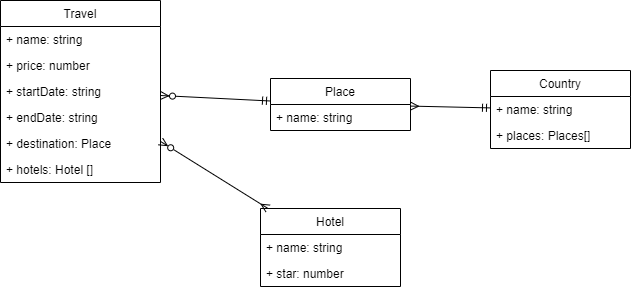
Earlier version of the draw.io export diagram.drawio.png (gastoncba/fast-tour). Source tidied: cells renumbered, new cells last; positions are measured from the earlier drawing's top-left corner, leaving out a move shared by most shapes.
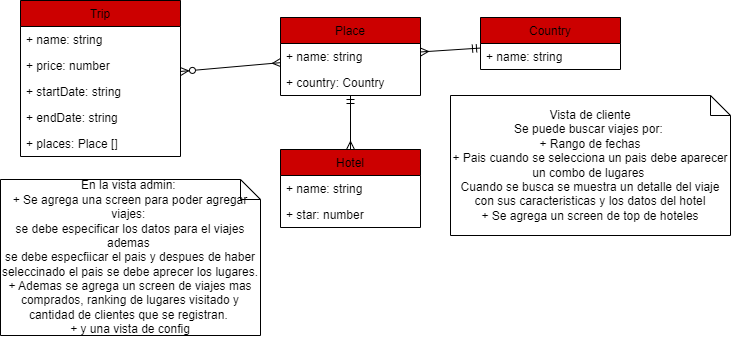
Later version of the same file.

Diff of the diagram source:
```diff
@@ -2,8 +2,8 @@
   <root>
     <mxCell id="0" />
     <mxCell id="1" parent="0" />
-    <mxCell id="2" value="Travel" style="swimlane;fontStyle=0;horizontal=1;startSize=26;fillColor=none;" parent="1" vertex="1">
-      <mxGeometry width="160" height="182" as="geometry" />
+    <mxCell id="2" value="Trip" style="swimlane;fontStyle=0;horizontal=1;startSize=26;fillColor=#CC0000;" parent="1" vertex="1">
+      <mxGeometry y="1" width="160" height="156" as="geometry" />
     </mxCell>
     <mxCell id="3" value="+ name: string" style="text;strokeColor=none;fillColor=none;align=left;verticalAlign=top;spacingLeft=4;spacingRight=4;overflow=hidden;" parent="2" vertex="1">
       <mxGeometry y="26" width="160" height="26" as="geometry" />
@@ -17,20 +17,20 @@
     <mxCell id="6" value="+ endDate: string&#10;" style="text;strokeColor=none;fillColor=none;align=left;verticalAlign=top;spacingLeft=4;spacingRight=4;overflow=hidden;" parent="2" vertex="1">
       <mxGeometry y="104" width="160" height="26" as="geometry" />
     </mxCell>
-    <mxCell id="7" value="+ destination: Place" style="text;strokeColor=none;fillColor=none;align=left;verticalAlign=top;spacingLeft=4;spacingRight=4;overflow=hidden;" parent="2" vertex="1">
+    <mxCell id="7" value="+ places: Place []" style="text;strokeColor=none;fillColor=none;align=left;verticalAlign=top;spacingLeft=4;spacingRight=4;overflow=hidden;" parent="2" vertex="1">
       <mxGeometry y="130" width="160" height="26" as="geometry" />
     </mxCell>
-    <mxCell id="8" value="+ hotels: Hotel []&#10;" style="text;strokeColor=none;fillColor=none;align=left;verticalAlign=top;spacingLeft=4;spacingRight=4;overflow=hidden;" parent="2" vertex="1">
-      <mxGeometry y="156" width="160" height="26" as="geometry" />
-    </mxCell>
-    <mxCell id="9" value="Place" style="swimlane;fontStyle=0;horizontal=1;startSize=26;fillColor=none;" parent="1" vertex="1">
-      <mxGeometry x="270" y="78" width="140" height="52" as="geometry" />
+    <mxCell id="9" value="Place" style="swimlane;fontStyle=0;horizontal=1;startSize=26;fillColor=#CC0000;" parent="1" vertex="1">
+      <mxGeometry x="260" y="18" width="140" height="78" as="geometry" />
     </mxCell>
     <mxCell id="10" value="+ name: string" style="text;strokeColor=none;fillColor=none;align=left;verticalAlign=top;spacingLeft=4;spacingRight=4;overflow=hidden;" parent="9" vertex="1">
       <mxGeometry y="26" width="140" height="26" as="geometry" />
     </mxCell>
+    <mxCell id="20" value="+ country: Country&#10;" style="text;strokeColor=none;fillColor=none;align=left;verticalAlign=top;spacingLeft=4;spacingRight=4;overflow=hidden;" parent="9" vertex="1">
+      <mxGeometry y="52" width="140" height="26" as="geometry" />
+    </mxCell>
-    <mxCell id="11" value="Hotel" style="swimlane;fontStyle=0;horizontal=1;startSize=26;fillColor=none;" parent="1" vertex="1">
-      <mxGeometry x="260" y="208" width="140" height="78" as="geometry" />
+    <mxCell id="11" value="Hotel" style="swimlane;fontStyle=0;horizontal=1;startSize=26;fillColor=#CC0000;" parent="1" vertex="1">
+      <mxGeometry x="260" y="150" width="140" height="78" as="geometry" />
     </mxCell>
     <mxCell id="12" value="+ name: string" style="text;strokeColor=none;fillColor=none;align=left;verticalAlign=top;spacingLeft=4;spacingRight=4;overflow=hidden;" parent="11" vertex="1">
       <mxGeometry y="26" width="140" height="26" as="geometry" />
@@ -38,23 +38,26 @@
     <mxCell id="13" value="+ star: number" style="text;strokeColor=none;fillColor=none;align=left;verticalAlign=top;spacingLeft=4;spacingRight=4;overflow=hidden;" parent="11" vertex="1">
       <mxGeometry y="52" width="140" height="26" as="geometry" />
     </mxCell>
-    <mxCell id="14" value="Country" style="swimlane;fontStyle=0;horizontal=1;startSize=26;fillColor=none;" parent="1" vertex="1">
-      <mxGeometry x="490" y="70" width="140" height="78" as="geometry" />
+    <mxCell id="14" value="Country" style="swimlane;fontStyle=0;horizontal=1;startSize=26;fillColor=#CC0000;" parent="1" vertex="1">
+      <mxGeometry x="460" y="18" width="140" height="52" as="geometry" />
     </mxCell>
     <mxCell id="15" value="+ name: string" style="text;strokeColor=none;fillColor=none;align=left;verticalAlign=top;spacingLeft=4;spacingRight=4;overflow=hidden;" parent="14" vertex="1">
       <mxGeometry y="26" width="140" height="26" as="geometry" />
     </mxCell>
-    <mxCell id="16" value="+ places: Places[]" style="text;strokeColor=none;fillColor=none;align=left;verticalAlign=top;spacingLeft=4;spacingRight=4;overflow=hidden;" parent="14" vertex="1">
-      <mxGeometry y="52" width="140" height="26" as="geometry" />
-    </mxCell>
-    <mxCell id="17" style="edgeStyle=none;html=1;endArrow=ERmandOne;endFill=0;startArrow=ERzeroToMany;startFill=0;" parent="1" edge="1" source="2" target="9">
+    <mxCell id="17" style="edgeStyle=none;html=1;endArrow=ERmany;endFill=0;startArrow=ERzeroToMany;startFill=0;" parent="1" edge="1" source="2" target="9">
       <mxGeometry relative="1" as="geometry" />
     </mxCell>
     <mxCell id="18" style="edgeStyle=none;html=1;endArrow=ERmany;endFill=0;startArrow=ERmandOne;startFill=0;" parent="1" edge="1" source="14" target="9">
       <mxGeometry relative="1" as="geometry" />
     </mxCell>
-    <mxCell id="19" style="edgeStyle=none;html=1;endArrow=ERmany;endFill=0;startArrow=ERzeroToMany;startFill=0;" parent="1" edge="1" source="2" target="11">
+    <mxCell id="19" style="edgeStyle=none;html=1;endArrow=ERmany;endFill=0;startArrow=ERmandOne;startFill=0;" parent="1" edge="1" source="9" target="11">
       <mxGeometry relative="1" as="geometry" />
     </mxCell>
+    <mxCell id="21" value="Vista de cliente&lt;br&gt;Se puede buscar viajes por:&amp;nbsp;&lt;br&gt;+ Rango de fechas&lt;br&gt;+ Pais cuando se selecciona un pais debe aparecer un combo de lugares&amp;nbsp;&lt;br&gt;Cuando se busca se muestra un detalle del viaje con sus caracteristicas y los datos del hotel&lt;br&gt;+ Se agrega un screen de top de hoteles" style="shape=note;size=20;whiteSpace=wrap;html=1;" parent="1" vertex="1">
+      <mxGeometry x="430" y="96" width="280" height="140" as="geometry" />
+    </mxCell>
+    <mxCell id="22" value="En la vista admin:&amp;nbsp;&lt;br&gt;+ Se agrega una screen para poder agregar viajes:&amp;nbsp;&lt;br&gt;se debe especificar los datos para el viajes ademas&amp;nbsp;&lt;br&gt;se debe especfiicar el pais y despues de haber seleccinado el pais se debe aprecer los lugares.&lt;br&gt;+ Ademas se agrega un screen de viajes mas comprados, ranking de lugares visitado y cantidad de clientes que se registran.&amp;nbsp;&lt;br&gt;+ y una vista de config" style="shape=note;size=20;whiteSpace=wrap;html=1;" parent="1" vertex="1">
+      <mxGeometry x="-20" y="180" width="260" height="156" as="geometry" />
+    </mxCell>
   </root>
 </mxGraphModel>
```
